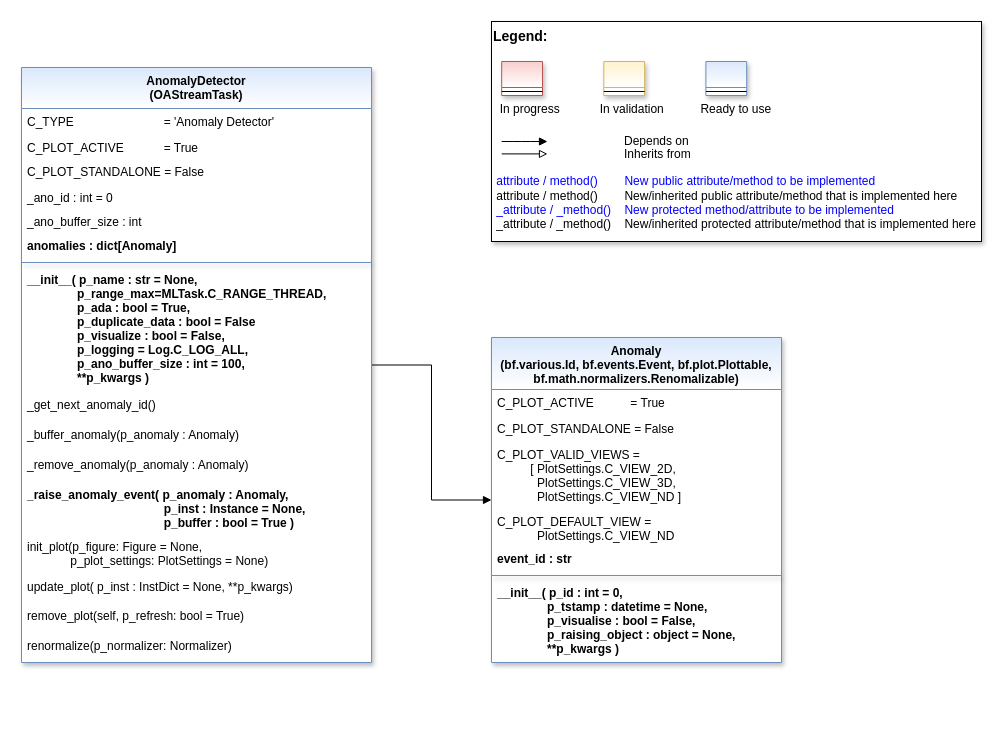
Earlier version of the draw.io diagram doc/rtd/content/99_appendices/appendix2/sub/mlpro_oa/streams/30_anomaly_detection/images/MLPro-OA-Anomaly-Detectors_class_diagram.drawio (fhswf/MLPro). Source tidied: cells renumbered, new cells numbered last; positions are measured from the earlier drawing's top-left corner, leaving out a move shared by most shapes. Both pictures are drawn from the tidied source at 100%, with x=0, y=0 at pixel (21, 21).
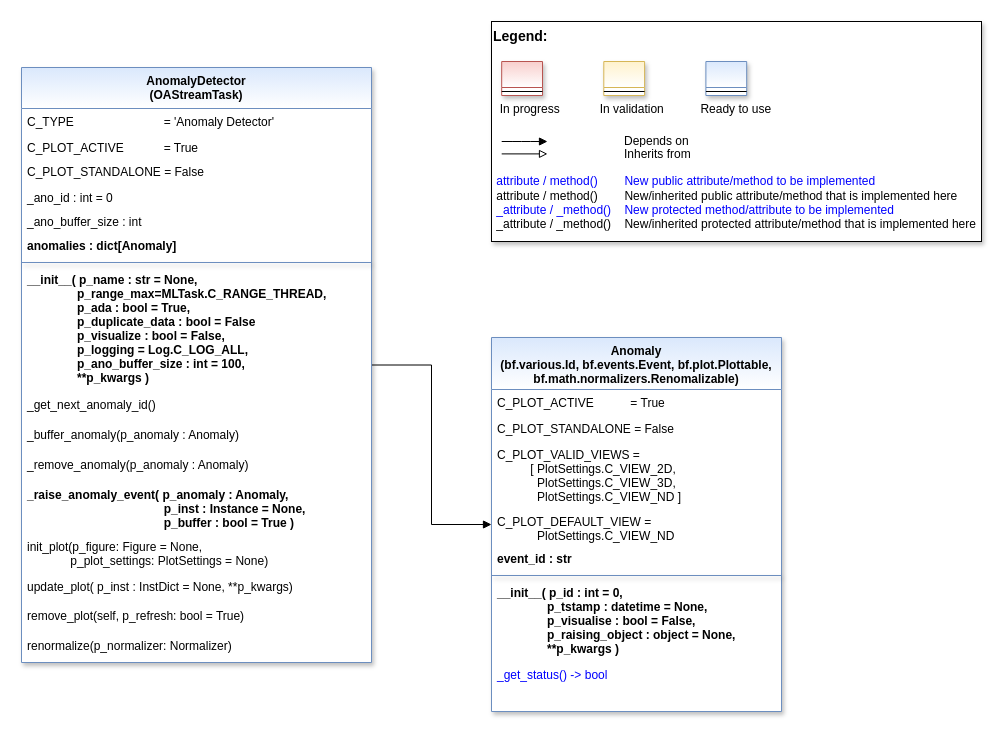
After the change.

What changed in the source:
```diff
@@
     <mxCell id="30" value="Anomaly &#10;(bf.various.Id, bf.events.Event, bf.plot.Plottable,&#10;bf.math.normalizers.Renomalizable)" style="swimlane;fontStyle=1;align=center;verticalAlign=top;horizontal=1;startSize=52;rounded=0;shadow=1;strokeWidth=1;fillColor=#dae8fc;strokeColor=#6c8ebf;swimlaneFillColor=#ffffff;fontFamily=Helvetica;fontSize=12;gradientColor=#FFFFFF;" parent="1" vertex="1">
-      <mxGeometry x="470" y="316" width="290" height="325" as="geometry" />
+      <mxGeometry x="470" y="316" width="290" height="374" as="geometry" />
     </mxCell>
@@
+    <mxCell id="38" value="_get_status() -&gt; bool" style="text;align=left;verticalAlign=top;spacingLeft=4;spacingRight=4;overflow=hidden;fontColor=#0000FF;" parent="30" vertex="1">
+      <mxGeometry y="324" width="290" height="20" as="geometry" />
+    </mxCell>
```
